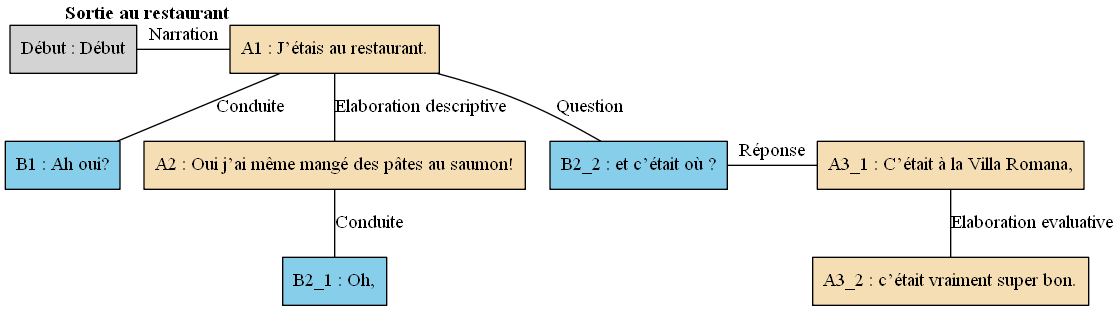
This is arbres/Bac_a_sable/Bac_a_sable_-_C06.gv.png from AlaixComet/AnnotationSlamPTut, a Graphviz export, as it was before one commit. Its source is kept beside it as arbres/Bac_a_sable/Bac_a_sable_-_C06.gv.
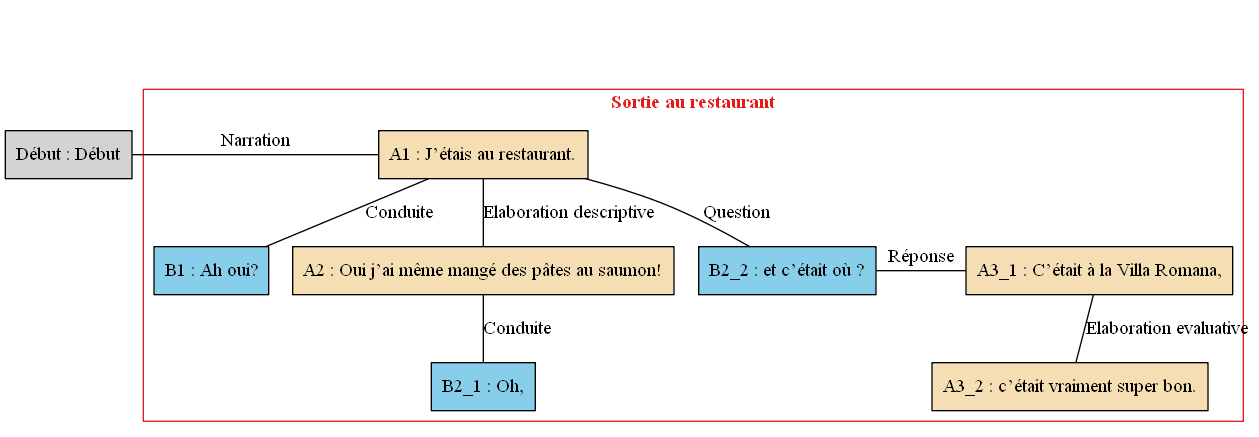
The same file after the commit.

What changed in the source:
```diff
@@ -1,28 +1,36 @@
 digraph C06 {
 	node [shape=box style=filled]
-	"Début" [label="Début : Début" xlabel=""]
-	A1 [label="A1 : J’étais au restaurant." fillcolor=wheat xlabel=<<B>Sortie au restaurant</B>>]
-	B1 [label="B1 : Ah oui?" fillcolor=skyblue xlabel=""]
-	A2 [label="A2 : Oui j’ai même mangé des pâtes au saumon!" fillcolor=wheat xlabel=""]
-	B2_1 [label="B2_1 : Oh," fillcolor=skyblue xlabel=""]
-	B2_2 [label="B2_2 : et c’était où ?" fillcolor=skyblue xlabel=""]
-	A3_1 [label="A3_1 : C’était à la Villa Romana," fillcolor=wheat xlabel=""]
-	A3_2 [label="A3_2 : c’était vraiment super bon." fillcolor=wheat xlabel=""]
-	{
-		rank=same
-		"Début"
+	newrank=true
+	zero [style=invis]
+	"Début" [label="Début : Début"]
+	A1 [label="A1 : J’étais au restaurant." fillcolor=wheat]
+	B1 [label="B1 : Ah oui?" fillcolor=skyblue]
+	A2 [label="A2 : Oui j’ai même mangé des pâtes au saumon!" fillcolor=wheat]
+	B2_1 [label="B2_1 : Oh," fillcolor=skyblue]
+	B2_2 [label="B2_2 : et c’était où ?" fillcolor=skyblue]
+	A3_1 [label="A3_1 : C’était à la Villa Romana," fillcolor=wheat]
+	A3_2 [label="A3_2 : c’était vraiment super bon." fillcolor=wheat]
+	zero -> "Début" [label="" style=invis]
+	zero -> A1 [style=invis weight=1]
+	"Début" -> A1 [label=Narration constraint=false dir=none]
+	A1 -> B1 [label=Conduite dir=none weight=2]
+	A1 -> A2 [label="Elaboration descriptive" dir=none weight=2]
+	A2 -> B2_1 [label=Conduite dir=none weight=2]
+	A1 -> B2_2 [label=Question dir=none weight=2]
+	A1 -> A3_1 [style=invis weight=1]
+	B2_2 -> A3_1 [label="Réponse" constraint=false dir=none]
+	A3_1 -> A3_2 [label="Elaboration evaluative" dir=none weight=2]
+	subgraph cluster_1 {
+		label=<<B>Sortie au restaurant</B>>
+		colorscheme=set19
+		color=1
+		fontcolor=1
 		A1
-		"Début" -> A1 [label=Narration dir=none]
-	}
-	A1 -> B1 [label=Conduite dir=none]
-	A1 -> A2 [label="Elaboration descriptive" dir=none]
-	A2 -> B2_1 [label=Conduite dir=none]
-	A1 -> B2_2 [label=Question dir=none]
-	{
-		rank=same
+		B1
+		A2
+		B2_1
 		B2_2
 		A3_1
-		B2_2 -> A3_1 [label="Réponse" dir=none]
+		A3_2
 	}
-	A3_1 -> A3_2 [label="Elaboration evaluative" dir=none]
 }
```
